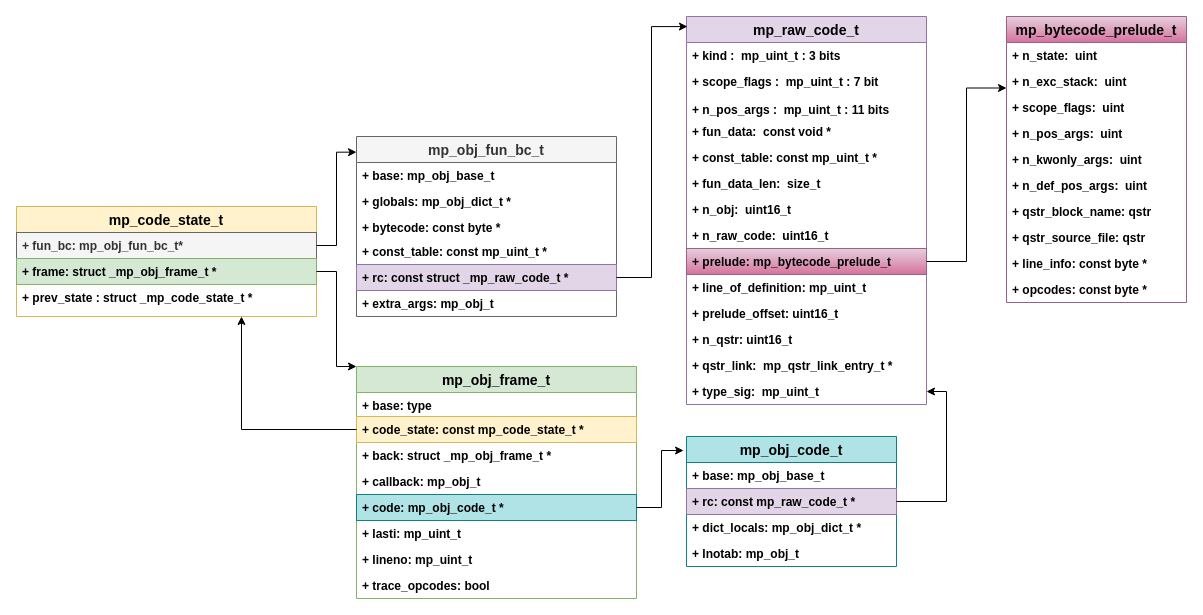
This is uPyIWM/diagrams/codestate_objects_relation.drawio from over-infinity/-Tutorials, a draw.io file, before an edit. Source tidied: cells renumbered, new cells numbered last; positions are measured from the earlier drawing's top-left corner, leaving out a move shared by most shapes. Both pictures are drawn from the tidied source at 100%, with x=0, y=0 at pixel (16, 16).
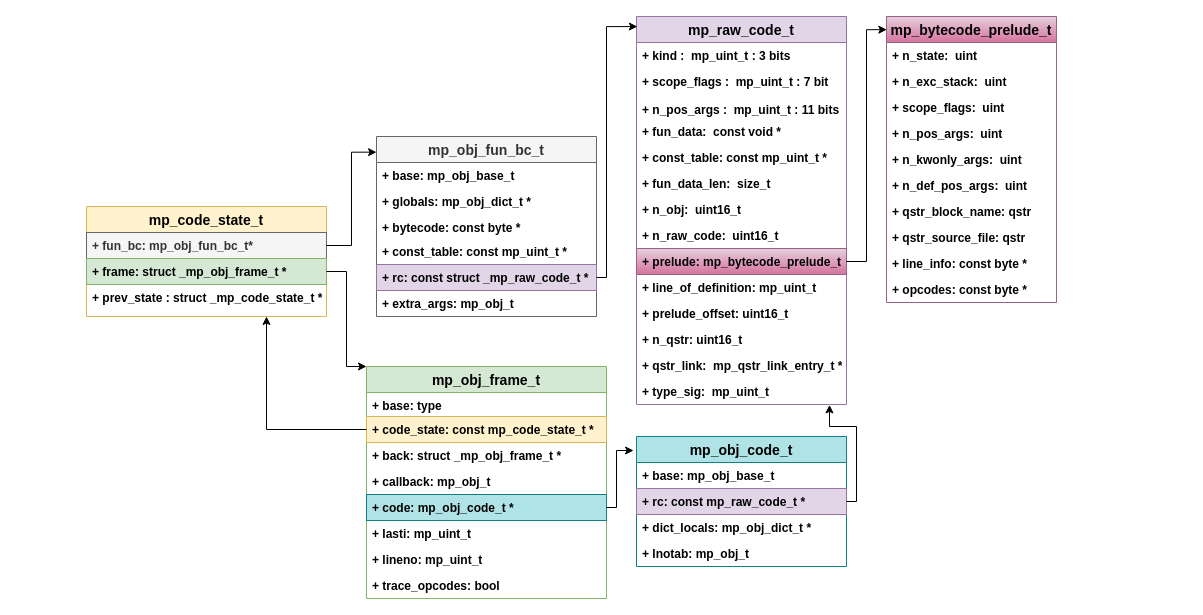
After the change.

Unchanged cells that the change refers to:
```xml
<mxCell id="43" value="+ rc: const mp_raw_code_t *" style="text;strokeColor=#9673a6;fillColor=#e1d5e7;align=left;verticalAlign=top;spacingLeft=4;spacingRight=4;overflow=hidden;points=[[0,0.5],[1,0.5]];portConstraint=eastwest;fontSize=12;fontStyle=1;" parent="41" vertex="1">
  <mxGeometry y="52" width="210" height="26" as="geometry" />
</mxCell>
```

Diff of the diagram source:
```diff
@@
     <mxCell id="2" value="mp_code_state_t" style="swimlane;fontStyle=1;horizontal=1;startSize=26;fillColor=#fff2cc;fontSize=14;strokeColor=#d6b656;" parent="1" vertex="1">
-      <mxGeometry y="190" width="300" height="110" as="geometry" />
+      <mxGeometry x="70" y="190" width="240" height="110" as="geometry" />
     </mxCell>
     <mxCell id="3" value="+ fun_bc: mp_obj_fun_bc_t*" style="text;strokeColor=#666666;fillColor=#f5f5f5;align=left;verticalAlign=top;spacingLeft=4;spacingRight=4;overflow=hidden;points=[[0,0.5],[1,0.5]];portConstraint=eastwest;fontSize=12;fontStyle=1;fontColor=#333333;" parent="2" vertex="1">
-      <mxGeometry y="26" width="300" height="26" as="geometry" />
+      <mxGeometry y="26" width="240" height="26" as="geometry" />
     </mxCell>
     <mxCell id="4" value="+ frame: struct _mp_obj_frame_t *" style="text;strokeColor=#82b366;fillColor=#d5e8d4;align=left;verticalAlign=top;spacingLeft=4;spacingRight=4;overflow=hidden;points=[[0,0.5],[1,0.5]];portConstraint=eastwest;fontSize=12;fontStyle=1;" parent="2" vertex="1">
-      <mxGeometry y="52" width="300" height="26" as="geometry" />
+      <mxGeometry y="52" width="240" height="26" as="geometry" />
     </mxCell>
     <mxCell id="5" value="+ prev_state : struct _mp_code_state_t *" style="text;align=left;verticalAlign=top;spacingLeft=4;spacingRight=4;overflow=hidden;fontSize=12;fontStyle=1;" parent="2" vertex="1">
-      <mxGeometry y="78" width="300" height="32" as="geometry" />
+      <mxGeometry y="78" width="240" height="32" as="geometry" />
     </mxCell>
     <mxCell id="6" value="mp_obj_fun_bc_t" style="swimlane;fontStyle=1;horizontal=1;startSize=26;fillColor=#f5f5f5;fontSize=14;fontColor=#333333;strokeColor=#666666;" parent="1" vertex="1">
-      <mxGeometry x="340" y="120" width="260" height="180" as="geometry" />
+      <mxGeometry x="360" y="120" width="220" height="180" as="geometry" />
     </mxCell>
     <mxCell id="7" value="+ base: mp_obj_base_t" style="text;strokeColor=none;fillColor=none;align=left;verticalAlign=top;spacingLeft=4;spacingRight=4;overflow=hidden;fontSize=12;fontStyle=1;" parent="6" vertex="1">
-      <mxGeometry y="26" width="260" height="26" as="geometry" />
+      <mxGeometry y="26" width="220" height="26" as="geometry" />
     </mxCell>
     <mxCell id="8" value="+ globals: mp_obj_dict_t *" style="text;strokeColor=none;fillColor=none;align=left;verticalAlign=top;spacingLeft=4;spacingRight=4;overflow=hidden;fontSize=12;fontStyle=1;" parent="6" vertex="1">
-      <mxGeometry y="52" width="260" height="26" as="geometry" />
+      <mxGeometry y="52" width="220" height="26" as="geometry" />
     </mxCell>
     <mxCell id="9" value="+ bytecode: const byte *" style="text;strokeColor=none;fillColor=none;align=left;verticalAlign=top;spacingLeft=4;spacingRight=4;overflow=hidden;fontSize=12;fontStyle=1;" parent="6" vertex="1">
-      <mxGeometry y="78" width="260" height="24" as="geometry" />
+      <mxGeometry y="78" width="220" height="24" as="geometry" />
     </mxCell>
     <mxCell id="10" value="+ const_table: const mp_uint_t *" style="text;strokeColor=none;fillColor=none;align=left;verticalAlign=top;spacingLeft=4;spacingRight=4;overflow=hidden;fontSize=12;fontStyle=1;" parent="6" vertex="1">
-      <mxGeometry y="102" width="260" height="26" as="geometry" />
+      <mxGeometry y="102" width="220" height="26" as="geometry" />
     </mxCell>
     <mxCell id="11" value="+ rc: const struct _mp_raw_code_t *" style="text;strokeColor=#9673a6;fillColor=#e1d5e7;align=left;verticalAlign=top;spacingLeft=4;spacingRight=4;overflow=hidden;points=[[0,0.5],[1,0.5]];portConstraint=eastwest;fontSize=12;fontStyle=1;" parent="6" vertex="1">
-      <mxGeometry y="128" width="260" height="26" as="geometry" />
+      <mxGeometry y="128" width="220" height="26" as="geometry" />
     </mxCell>
     <mxCell id="12" value="+ extra_args: mp_obj_t" style="text;strokeColor=none;fillColor=none;align=left;verticalAlign=top;spacingLeft=4;spacingRight=4;overflow=hidden;fontSize=12;fontStyle=1;" parent="6" vertex="1">
-      <mxGeometry y="154" width="260" height="26" as="geometry" />
+      <mxGeometry y="154" width="220" height="26" as="geometry" />
     </mxCell>
@@
     <mxCell id="14" value="mp_obj_frame_t " style="swimlane;fontStyle=1;horizontal=1;startSize=26;fillColor=#d5e8d4;fontSize=14;strokeColor=#82b366;" parent="1" vertex="1">
-      <mxGeometry x="340" y="350" width="280" height="232" as="geometry" />
+      <mxGeometry x="350" y="350" width="240" height="232" as="geometry" />
     </mxCell>
     <mxCell id="15" value="+ base: type" style="text;strokeColor=none;fillColor=none;align=left;verticalAlign=top;spacingLeft=4;spacingRight=4;overflow=hidden;fontSize=12;fontStyle=1;" parent="14" vertex="1">
-      <mxGeometry y="26" width="280" height="24" as="geometry" />
+      <mxGeometry y="26" width="240" height="24" as="geometry" />
     </mxCell>
     <mxCell id="16" value="+ code_state: const mp_code_state_t *" style="text;strokeColor=#d6b656;fillColor=#fff2cc;align=left;verticalAlign=top;spacingLeft=4;spacingRight=4;overflow=hidden;points=[[0,0.5],[1,0.5]];portConstraint=eastwest;fontSize=12;fontStyle=1;" parent="14" vertex="1">
-      <mxGeometry y="50" width="280" height="26" as="geometry" />
+      <mxGeometry y="50" width="240" height="26" as="geometry" />
     </mxCell>
     <mxCell id="17" value="+ back: struct _mp_obj_frame_t *" style="text;strokeColor=none;fillColor=none;align=left;verticalAlign=top;spacingLeft=4;spacingRight=4;overflow=hidden;fontSize=12;fontStyle=1;" parent="14" vertex="1">
-      <mxGeometry y="76" width="280" height="26" as="geometry" />
+      <mxGeometry y="76" width="240" height="26" as="geometry" />
     </mxCell>
     <mxCell id="18" value="+ callback: mp_obj_t " style="text;strokeColor=none;fillColor=none;align=left;verticalAlign=top;spacingLeft=4;spacingRight=4;overflow=hidden;fontSize=12;fontStyle=1;" parent="14" vertex="1">
-      <mxGeometry y="102" width="280" height="26" as="geometry" />
+      <mxGeometry y="102" width="240" height="26" as="geometry" />
     </mxCell>
     <mxCell id="19" value="+ code: mp_obj_code_t *" style="text;strokeColor=#0e8088;fillColor=#b0e3e6;align=left;verticalAlign=top;spacingLeft=4;spacingRight=4;overflow=hidden;points=[[0,0.5],[1,0.5]];portConstraint=eastwest;fontSize=12;fontStyle=1;" parent="14" vertex="1">
-      <mxGeometry y="128" width="280" height="26" as="geometry" />
+      <mxGeometry y="128" width="240" height="26" as="geometry" />
     </mxCell>
     <mxCell id="20" value="+ lasti: mp_uint_t " style="text;strokeColor=none;fillColor=none;align=left;verticalAlign=top;spacingLeft=4;spacingRight=4;overflow=hidden;fontSize=12;fontStyle=1;" parent="14" vertex="1">
-      <mxGeometry y="154" width="280" height="26" as="geometry" />
+      <mxGeometry y="154" width="240" height="26" as="geometry" />
     </mxCell>
     <mxCell id="21" value="+ lineno: mp_uint_t " style="text;strokeColor=none;fillColor=none;align=left;verticalAlign=top;spacingLeft=4;spacingRight=4;overflow=hidden;fontSize=12;fontStyle=1;" parent="14" vertex="1">
-      <mxGeometry y="180" width="280" height="26" as="geometry" />
+      <mxGeometry y="180" width="240" height="26" as="geometry" />
     </mxCell>
     <mxCell id="22" value="+ trace_opcodes: bool" style="text;strokeColor=none;fillColor=none;align=left;verticalAlign=top;spacingLeft=4;spacingRight=4;overflow=hidden;fontSize=12;fontStyle=1;" parent="14" vertex="1">
-      <mxGeometry y="206" width="280" height="26" as="geometry" />
+      <mxGeometry y="206" width="240" height="26" as="geometry" />
     </mxCell>
     <mxCell id="23" value="mp_raw_code_t " style="swimlane;fontStyle=1;horizontal=1;startSize=26;fillColor=#e1d5e7;fontSize=14;strokeColor=#9673a6;" parent="1" vertex="1">
-      <mxGeometry x="670" width="240" height="388" as="geometry" />
+      <mxGeometry x="620" width="210" height="388" as="geometry" />
     </mxCell>
     <mxCell id="24" value="+ kind :  mp_uint_t : 3 bits" style="text;strokeColor=none;fillColor=none;align=left;verticalAlign=top;spacingLeft=4;spacingRight=4;overflow=hidden;fontSize=12;fontStyle=1;" parent="23" vertex="1">
-      <mxGeometry y="26" width="240" height="26" as="geometry" />
+      <mxGeometry y="26" width="210" height="26" as="geometry" />
     </mxCell>
     <mxCell id="25" value="+ scope_flags :  mp_uint_t : 7 bit" style="text;strokeColor=none;fillColor=none;align=left;verticalAlign=top;spacingLeft=4;spacingRight=4;overflow=hidden;fontSize=12;fontStyle=1;" parent="23" vertex="1">
-      <mxGeometry y="52" width="240" height="28" as="geometry" />
+      <mxGeometry y="52" width="210" height="28" as="geometry" />
     </mxCell>
     <mxCell id="26" value="+ n_pos_args :  mp_uint_t : 11 bits" style="text;strokeColor=none;fillColor=none;align=left;verticalAlign=top;spacingLeft=4;spacingRight=4;overflow=hidden;fontSize=12;fontStyle=1;" parent="23" vertex="1">
-      <mxGeometry y="80" width="240" height="22" as="geometry" />
+      <mxGeometry y="80" width="210" height="22" as="geometry" />
     </mxCell>
     <mxCell id="27" value="+ fun_data:  const void *" style="text;strokeColor=none;fillColor=none;align=left;verticalAlign=top;spacingLeft=4;spacingRight=4;overflow=hidden;fontStyle=1;" parent="23" vertex="1">
-      <mxGeometry y="102" width="240" height="26" as="geometry" />
+      <mxGeometry y="102" width="210" height="26" as="geometry" />
     </mxCell>
     <mxCell id="28" value="+ const_table: const mp_uint_t *" style="text;strokeColor=none;fillColor=none;align=left;verticalAlign=top;spacingLeft=4;spacingRight=4;overflow=hidden;fontStyle=1;" parent="23" vertex="1">
-      <mxGeometry y="128" width="240" height="26" as="geometry" />
+      <mxGeometry y="128" width="210" height="26" as="geometry" />
     </mxCell>
     <mxCell id="29" value="+ fun_data_len:  size_t" style="text;strokeColor=none;fillColor=none;align=left;verticalAlign=top;spacingLeft=4;spacingRight=4;overflow=hidden;fontStyle=1;" parent="23" vertex="1">
-      <mxGeometry y="154" width="240" height="26" as="geometry" />
+      <mxGeometry y="154" width="210" height="26" as="geometry" />
     </mxCell>
     <mxCell id="30" value="+ n_obj:  uint16_t" style="text;strokeColor=none;fillColor=none;align=left;verticalAlign=top;spacingLeft=4;spacingRight=4;overflow=hidden;fontStyle=1;" parent="23" vertex="1">
-      <mxGeometry y="180" width="240" height="26" as="geometry" />
+      <mxGeometry y="180" width="210" height="26" as="geometry" />
     </mxCell>
     <mxCell id="31" value="+ n_raw_code:  uint16_t" style="text;strokeColor=none;fillColor=none;align=left;verticalAlign=top;spacingLeft=4;spacingRight=4;overflow=hidden;fontStyle=1;" parent="23" vertex="1">
-      <mxGeometry y="206" width="240" height="26" as="geometry" />
+      <mxGeometry y="206" width="210" height="26" as="geometry" />
     </mxCell>
     <mxCell id="32" value="+ prelude: mp_bytecode_prelude_t" style="text;strokeColor=#996185;fillColor=#e6d0de;align=left;verticalAlign=top;spacingLeft=4;spacingRight=4;overflow=hidden;points=[[0,0.5],[1,0.5]];portConstraint=eastwest;fontStyle=1;gradientColor=#d5739d;" parent="23" vertex="1">
-      <mxGeometry y="232" width="240" height="26" as="geometry" />
+      <mxGeometry y="232" width="210" height="26" as="geometry" />
     </mxCell>
     <mxCell id="33" value="+ line_of_definition: mp_uint_t" style="text;strokeColor=none;fillColor=none;align=left;verticalAlign=top;spacingLeft=4;spacingRight=4;overflow=hidden;fontStyle=1;" parent="23" vertex="1">
-      <mxGeometry y="258" width="240" height="26" as="geometry" />
+      <mxGeometry y="258" width="210" height="26" as="geometry" />
     </mxCell>
     <mxCell id="34" value="+ prelude_offset: uint16_t" style="text;strokeColor=none;fillColor=none;align=left;verticalAlign=top;spacingLeft=4;spacingRight=4;overflow=hidden;fontStyle=1;" parent="23" vertex="1">
-      <mxGeometry y="284" width="240" height="26" as="geometry" />
+      <mxGeometry y="284" width="210" height="26" as="geometry" />
     </mxCell>
     <mxCell id="35" value="+ n_qstr: uint16_t" style="text;strokeColor=none;fillColor=none;align=left;verticalAlign=top;spacingLeft=4;spacingRight=4;overflow=hidden;fontStyle=1;" parent="23" vertex="1">
-      <mxGeometry y="310" width="240" height="26" as="geometry" />
+      <mxGeometry y="310" width="210" height="26" as="geometry" />
     </mxCell>
     <mxCell id="36" value="+ qstr_link:  mp_qstr_link_entry_t *" style="text;strokeColor=none;fillColor=none;align=left;verticalAlign=top;spacingLeft=4;spacingRight=4;overflow=hidden;fontStyle=1;" parent="23" vertex="1">
-      <mxGeometry y="336" width="240" height="26" as="geometry" />
+      <mxGeometry y="336" width="210" height="26" as="geometry" />
     </mxCell>
     <mxCell id="37" value="+ type_sig:  mp_uint_t" style="text;strokeColor=none;fillColor=none;align=left;verticalAlign=top;spacingLeft=4;spacingRight=4;overflow=hidden;points=[[0,0.5],[1,0.5]];portConstraint=eastwest;fontStyle=1;" parent="23" vertex="1">
-      <mxGeometry y="362" width="240" height="26" as="geometry" />
+      <mxGeometry y="362" width="210" height="26" as="geometry" />
     </mxCell>
     <mxCell id="38" style="edgeStyle=orthogonalEdgeStyle;rounded=0;jettySize=auto;html=1;entryX=0.004;entryY=0.026;entryDx=0;entryDy=0;fontSize=14;entryPerimeter=0;fontStyle=1;" parent="1" edge="1" source="11" target="23">
-      <mxGeometry relative="1" as="geometry" />
+      <mxGeometry relative="1" as="geometry">
+        <Array as="points">
+          <mxPoint x="590" y="261" />
+          <mxPoint x="590" y="10" />
+        </Array>
+      </mxGeometry>
     </mxCell>
@@
     <mxCell id="40" style="edgeStyle=orthogonalEdgeStyle;rounded=0;jettySize=auto;html=1;entryX=0;entryY=0;entryDx=0;entryDy=0;fontSize=14;fontStyle=1;" parent="1" edge="1" source="4" target="14">
       <mxGeometry relative="1" as="geometry">
         <Array as="points">
-          <mxPoint x="320" y="255" />
-          <mxPoint x="320" y="350" />
+          <mxPoint x="330" y="255" />
+          <mxPoint x="330" y="350" />
         </Array>
       </mxGeometry>
     </mxCell>
     <mxCell id="41" value="mp_obj_code_t" style="swimlane;fontStyle=1;horizontal=1;startSize=26;fillColor=#b0e3e6;fontSize=14;strokeColor=#0e8088;" parent="1" vertex="1">
-      <mxGeometry x="670" y="420" width="210" height="130" as="geometry" />
+      <mxGeometry x="620" y="420" width="210" height="130" as="geometry" />
     </mxCell>
@@
     <mxCell id="46" style="edgeStyle=orthogonalEdgeStyle;rounded=0;jettySize=auto;html=1;entryX=-0.014;entryY=0.108;entryDx=0;entryDy=0;entryPerimeter=0;fontSize=12;" parent="1" edge="1" source="19" target="41">
-      <mxGeometry relative="1" as="geometry" />
+      <mxGeometry relative="1" as="geometry">
+        <Array as="points">
+          <mxPoint x="600" y="491" />
+          <mxPoint x="600" y="434" />
+        </Array>
+      </mxGeometry>
     </mxCell>
     <mxCell id="47" value="mp_bytecode_prelude_t" style="swimlane;fontStyle=1;horizontal=1;startSize=26;fillColor=#e6d0de;fontSize=14;strokeColor=#996185;gradientColor=#d5739d;" parent="1" vertex="1">
-      <mxGeometry x="990" width="180" height="286" as="geometry" />
+      <mxGeometry x="870" width="170" height="286" as="geometry" />
     </mxCell>
     <mxCell id="48" value="+ n_state:  uint" style="text;strokeColor=none;fillColor=none;align=left;verticalAlign=top;spacingLeft=4;spacingRight=4;overflow=hidden;fontSize=12;fontStyle=1;" parent="47" vertex="1">
-      <mxGeometry y="26" width="180" height="26" as="geometry" />
+      <mxGeometry y="26" width="170" height="26" as="geometry" />
     </mxCell>
     <mxCell id="49" value="+ n_exc_stack:  uint" style="text;strokeColor=none;fillColor=none;align=left;verticalAlign=top;spacingLeft=4;spacingRight=4;overflow=hidden;fontSize=12;fontStyle=1;" parent="47" vertex="1">
-      <mxGeometry y="52" width="180" height="26" as="geometry" />
+      <mxGeometry y="52" width="170" height="26" as="geometry" />
     </mxCell>
     <mxCell id="50" value="+ scope_flags:  uint" style="text;strokeColor=none;fillColor=none;align=left;verticalAlign=top;spacingLeft=4;spacingRight=4;overflow=hidden;fontSize=12;fontStyle=1;" parent="47" vertex="1">
-      <mxGeometry y="78" width="180" height="26" as="geometry" />
+      <mxGeometry y="78" width="170" height="26" as="geometry" />
     </mxCell>
     <mxCell id="51" value="+ n_pos_args:  uint" style="text;strokeColor=none;fillColor=none;align=left;verticalAlign=top;spacingLeft=4;spacingRight=4;overflow=hidden;fontSize=12;fontStyle=1;" parent="47" vertex="1">
-      <mxGeometry y="104" width="180" height="26" as="geometry" />
+      <mxGeometry y="104" width="170" height="26" as="geometry" />
     </mxCell>
     <mxCell id="52" value="+ n_kwonly_args:  uint" style="text;strokeColor=none;fillColor=none;align=left;verticalAlign=top;spacingLeft=4;spacingRight=4;overflow=hidden;fontSize=12;fontStyle=1;" parent="47" vertex="1">
-      <mxGeometry y="130" width="180" height="26" as="geometry" />
+      <mxGeometry y="130" width="170" height="26" as="geometry" />
     </mxCell>
     <mxCell id="53" value="+ n_def_pos_args:  uint" style="text;strokeColor=none;fillColor=none;align=left;verticalAlign=top;spacingLeft=4;spacingRight=4;overflow=hidden;fontSize=12;fontStyle=1;" parent="47" vertex="1">
-      <mxGeometry y="156" width="180" height="26" as="geometry" />
+      <mxGeometry y="156" width="170" height="26" as="geometry" />
     </mxCell>
     <mxCell id="54" value="+ qstr_block_name: qstr" style="text;strokeColor=none;fillColor=none;align=left;verticalAlign=top;spacingLeft=4;spacingRight=4;overflow=hidden;fontSize=12;fontStyle=1;" parent="47" vertex="1">
-      <mxGeometry y="182" width="180" height="26" as="geometry" />
+      <mxGeometry y="182" width="170" height="26" as="geometry" />
     </mxCell>
     <mxCell id="55" value="+ qstr_source_file: qstr" style="text;strokeColor=none;fillColor=none;align=left;verticalAlign=top;spacingLeft=4;spacingRight=4;overflow=hidden;fontSize=12;fontStyle=1;" parent="47" vertex="1">
-      <mxGeometry y="208" width="180" height="26" as="geometry" />
+      <mxGeometry y="208" width="170" height="26" as="geometry" />
     </mxCell>
     <mxCell id="56" value="+ line_info: const byte *" style="text;strokeColor=none;fillColor=none;align=left;verticalAlign=top;spacingLeft=4;spacingRight=4;overflow=hidden;fontSize=12;fontStyle=1;" parent="47" vertex="1">
-      <mxGeometry y="234" width="180" height="26" as="geometry" />
+      <mxGeometry y="234" width="170" height="26" as="geometry" />
     </mxCell>
     <mxCell id="57" value="+ opcodes: const byte *" style="text;strokeColor=none;fillColor=none;align=left;verticalAlign=top;spacingLeft=4;spacingRight=4;overflow=hidden;fontSize=12;fontStyle=1;" parent="47" vertex="1">
-      <mxGeometry y="260" width="180" height="26" as="geometry" />
+      <mxGeometry y="260" width="170" height="26" as="geometry" />
     </mxCell>
-    <mxCell id="58" style="edgeStyle=orthogonalEdgeStyle;rounded=0;jettySize=auto;html=1;entryX=0;entryY=0.25;entryDx=0;entryDy=0;fontSize=12;" parent="1" edge="1" source="32" target="47">
+    <mxCell id="58" style="edgeStyle=orthogonalEdgeStyle;rounded=0;jettySize=auto;html=1;entryX=0.002;entryY=0.046;entryDx=0;entryDy=0;fontSize=12;entryPerimeter=0;" parent="1" edge="1" source="32" target="47">
       <mxGeometry relative="1" as="geometry" />
     </mxCell>
-    <mxCell id="59" style="edgeStyle=orthogonalEdgeStyle;rounded=0;jettySize=auto;html=1;entryX=1;entryY=0.5;entryDx=0;entryDy=0;fontSize=12;" parent="1" edge="1" source="43" target="37">
-      <mxGeometry relative="1" as="geometry" />
+    <mxCell id="59" style="edgeStyle=orthogonalEdgeStyle;rounded=0;jettySize=auto;html=1;entryX=0.919;entryY=1.015;entryDx=0;entryDy=0;fontSize=14;entryPerimeter=0;" parent="1" edge="1" source="43" target="37">
+      <mxGeometry relative="1" as="geometry">
+        <Array as="points">
+          <mxPoint x="840" y="485" />
+          <mxPoint x="840" y="410" />
+          <mxPoint x="813" y="410" />
+        </Array>
+      </mxGeometry>
     </mxCell>
```
